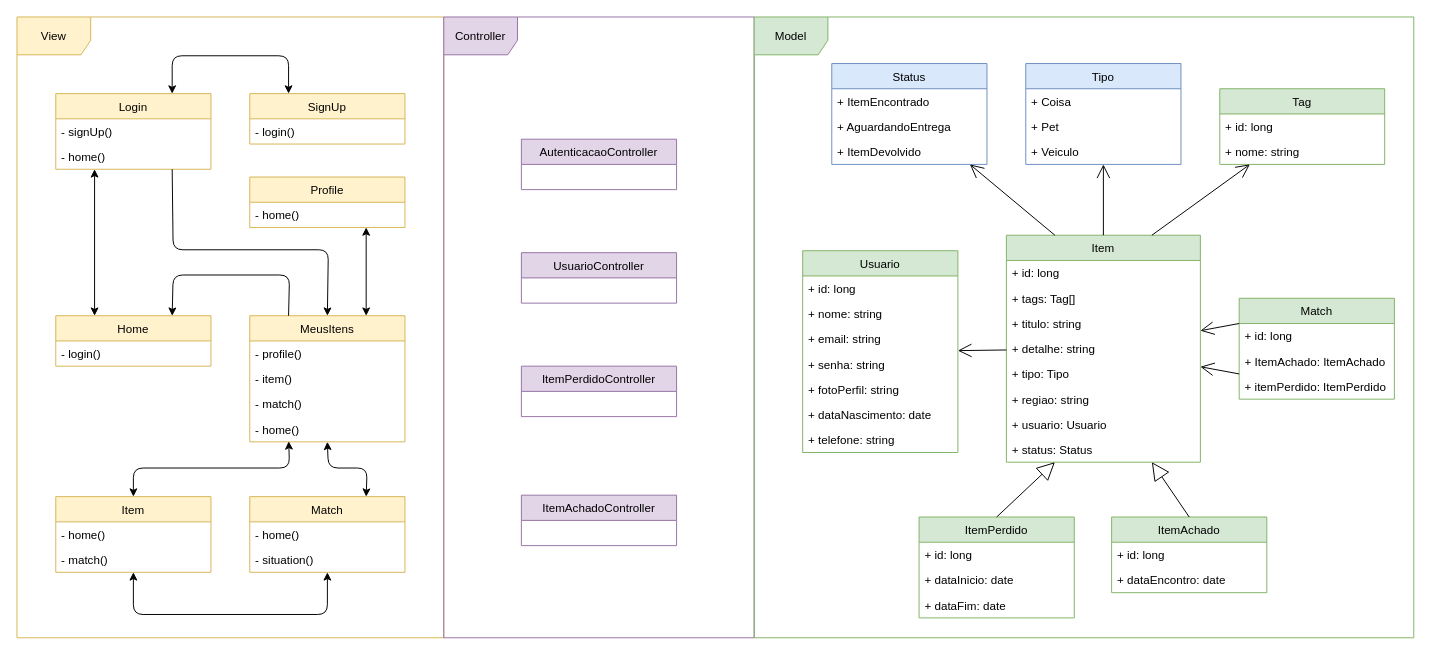
The draw.io diagram docs/DCE/Diagrama_DCE_v2.drawio in lucasgmagalhaes/Achei, before the edit. Source tidied: cells renumbered, new cells numbered last; positions are measured from the earlier drawing's top-left corner, leaving out a move shared by most shapes. Both pictures are drawn from the tidied source at 97%, with x=0, y=0 at pixel (16, 16).
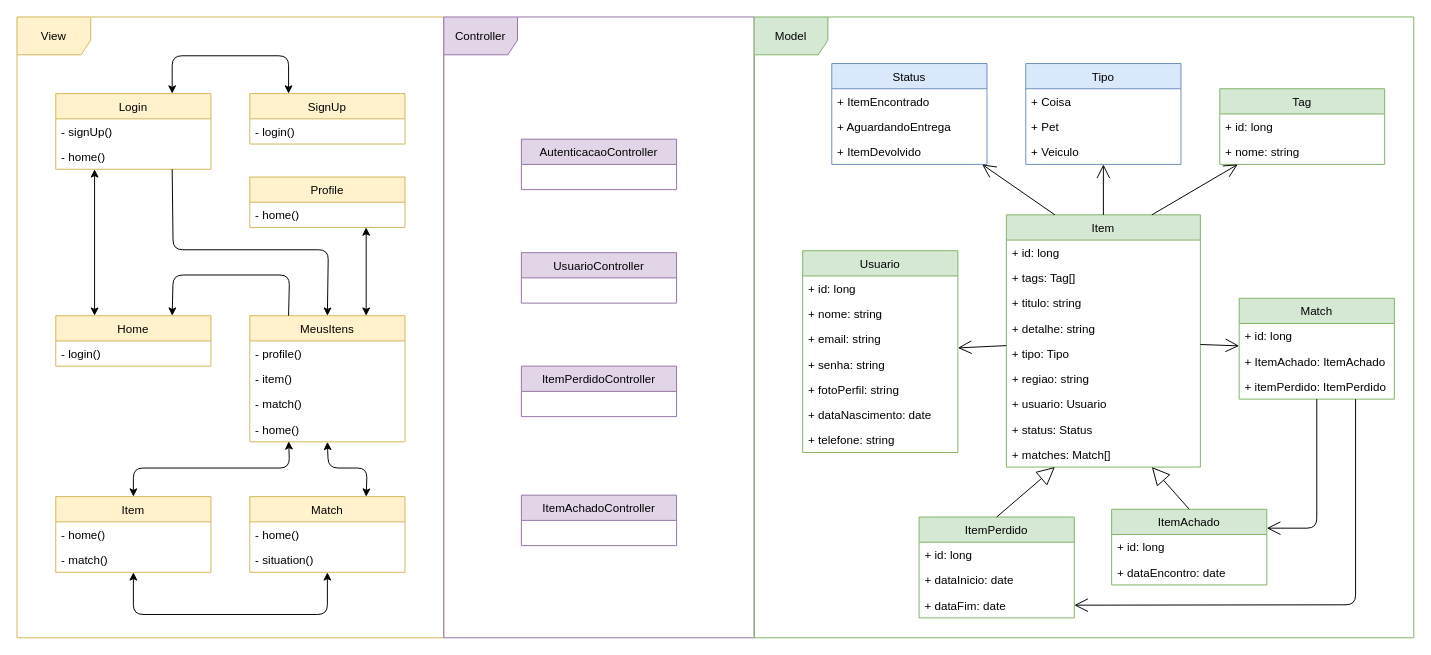
The same diagram, later.

Unchanged cells that the change refers to:
```xml
<mxCell id="20" value="+ dataFim: date" style="text;strokeColor=none;fillColor=none;align=left;verticalAlign=top;spacingLeft=4;spacingRight=4;overflow=hidden;points=[[0,0.5],[1,0.5]];portConstraint=eastwest;" parent="17" vertex="1">
  <mxGeometry y="78" width="160" height="26" as="geometry" />
</mxCell>
<mxCell id="78" value="Match" style="swimlane;fontStyle=0;horizontal=1;startSize=26;fillColor=#d5e8d4;strokeColor=#82b366;" parent="1" vertex="1">
  <mxGeometry x="1260" y="290" width="160" height="104" as="geometry" />
</mxCell>
```

Change to the diagram source:
```diff
@@
     <mxCell id="5" value="Item" style="swimlane;fontStyle=0;horizontal=1;startSize=26;fillColor=#d5e8d4;strokeColor=#82b366;" parent="1" vertex="1">
-      <mxGeometry x="1020" y="225" width="200" height="234" as="geometry" />
+      <mxGeometry x="1020" y="204" width="200" height="260" as="geometry" />
     </mxCell>
@@
+    <mxCell id="84" value="+ matches: Match[]" style="text;strokeColor=none;fillColor=none;align=left;verticalAlign=top;spacingLeft=4;spacingRight=4;overflow=hidden;" parent="5" vertex="1">
+      <mxGeometry y="234" width="200" height="26" as="geometry" />
+    </mxCell>
@@
     <mxCell id="21" value="ItemAchado" style="swimlane;fontStyle=0;horizontal=1;startSize=26;fillColor=#d5e8d4;strokeColor=#82b366;" parent="1" vertex="1">
-      <mxGeometry x="1128.5" y="515.5" width="160" height="78" as="geometry" />
+      <mxGeometry x="1128.5" y="507.5" width="160" height="78" as="geometry" />
     </mxCell>
@@
-    <mxCell id="82" style="endArrow=open;endSize=12;html=1;exitX=0;exitY=0.25;exitDx=0;exitDy=0;" parent="1" edge="1" source="78" target="5">
-      <mxGeometry relative="1" as="geometry" />
+    <mxCell id="82" style="endArrow=open;endSize=12;html=1;exitX=0.75;exitY=1;exitDx=0;exitDy=0;" parent="1" edge="1" source="78" target="20">
+      <mxGeometry relative="1" as="geometry">
+        <Array as="points">
+          <mxPoint x="1380" y="606" />
+        </Array>
+      </mxGeometry>
     </mxCell>
-    <mxCell id="83" style="endArrow=open;endSize=12;html=1;exitX=0;exitY=0.75;exitDx=0;exitDy=0;" parent="1" edge="1" source="78" target="5">
-      <mxGeometry relative="1" as="geometry" />
+    <mxCell id="83" style="endArrow=open;endSize=12;html=1;exitX=0.5;exitY=1;exitDx=0;exitDy=0;entryX=1;entryY=0.25;entryDx=0;entryDy=0;" parent="1" edge="1" source="78" target="21">
+      <mxGeometry relative="1" as="geometry">
+        <Array as="points">
+          <mxPoint x="1340" y="527" />
+        </Array>
+      </mxGeometry>
     </mxCell>
+    <mxCell id="85" style="endArrow=open;endSize=12;html=1;" parent="1" edge="1" source="5" target="78">
+      <mxGeometry relative="1" as="geometry" />
+    </mxCell>
```
